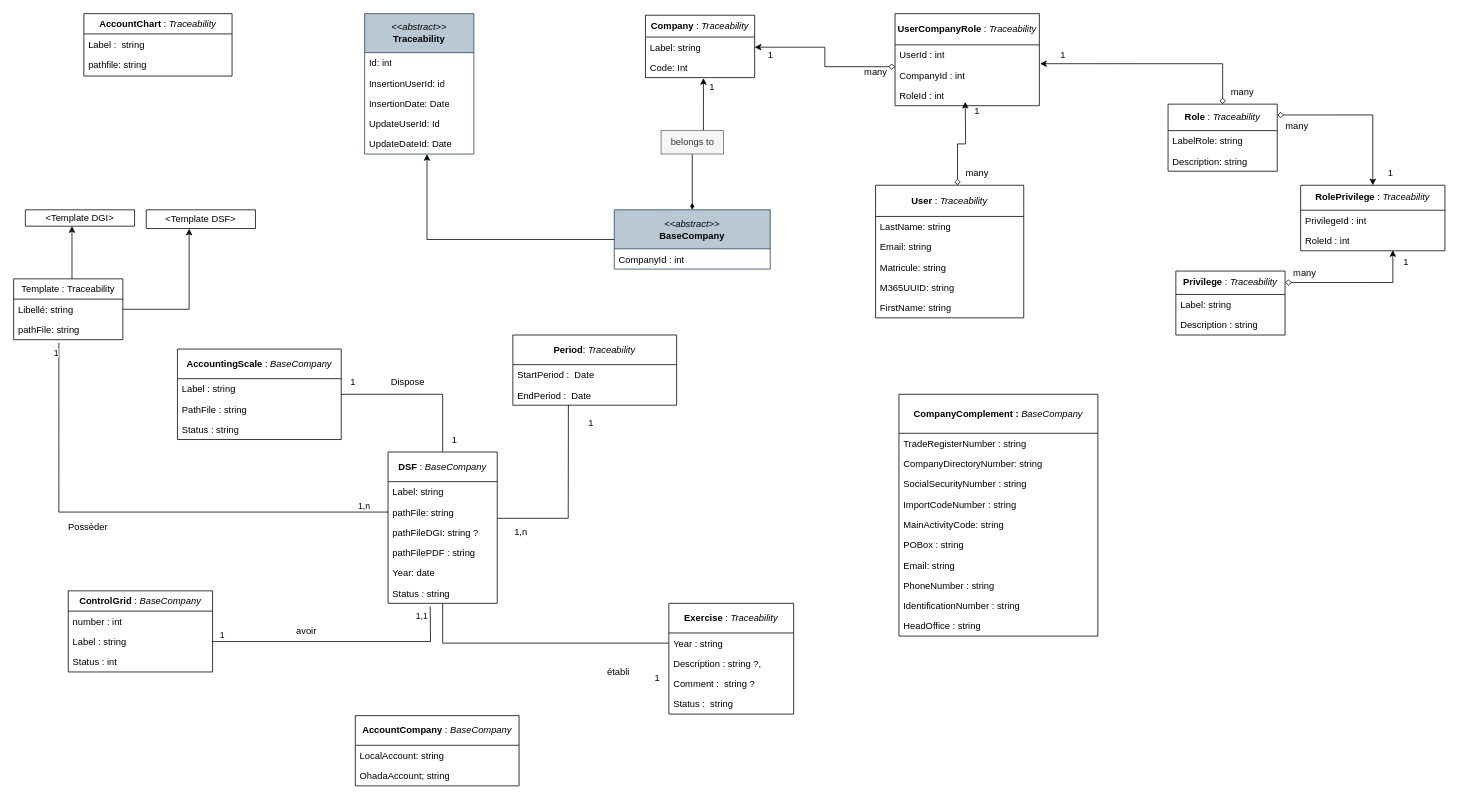
Above: page "Diagramme_classe" (1 of 5) of Conception_DSF.drawio in Michelle-Ngami/Conception_DSF (draw.io), before the change. Source tidied: cells renumbered, new cells numbered last; positions are measured from the earlier drawing's top-left corner, leaving out a move shared by most shapes. Both pictures are drawn from the tidied source at 78%, with x=0, y=0 at pixel (13, 13).
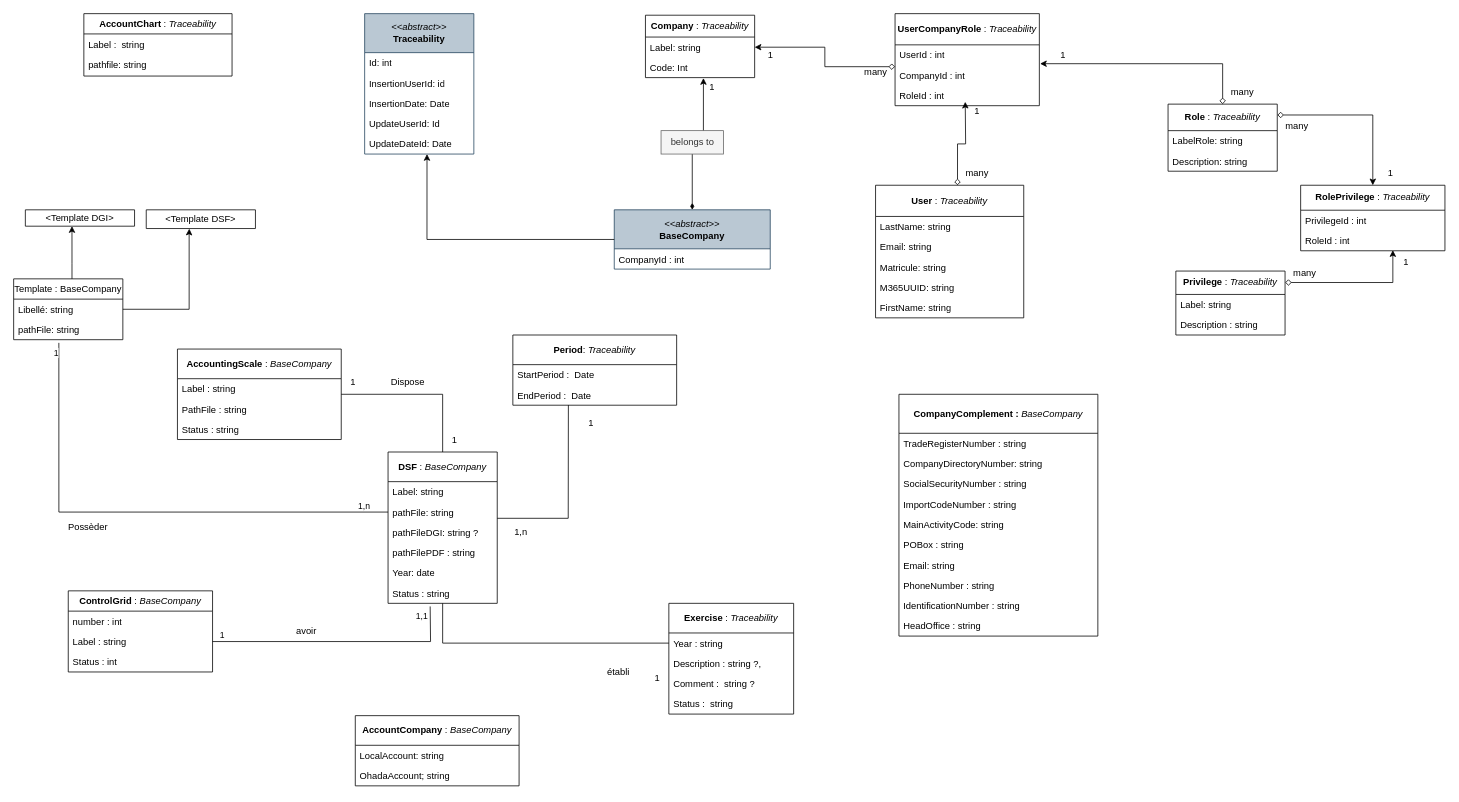
After the change.

Commit message:
Mettre à jour Conception_DSF.drawio

Change to the diagram source:
```diff
@@
-    <mxCell id="33" value="Template : Traceability" style="swimlane;fontStyle=0;horizontal=1;startSize=26;fillColor=none;whiteSpace=wrap;html=1;" parent="1" vertex="1">
+    <mxCell id="33" value="Template : BaseCompany" style="swimlane;fontStyle=0;horizontal=1;startSize=26;fillColor=none;whiteSpace=wrap;html=1;" parent="1" vertex="1">
       <mxGeometry y="340" width="140" height="78" as="geometry" />
     </mxCell>
```
